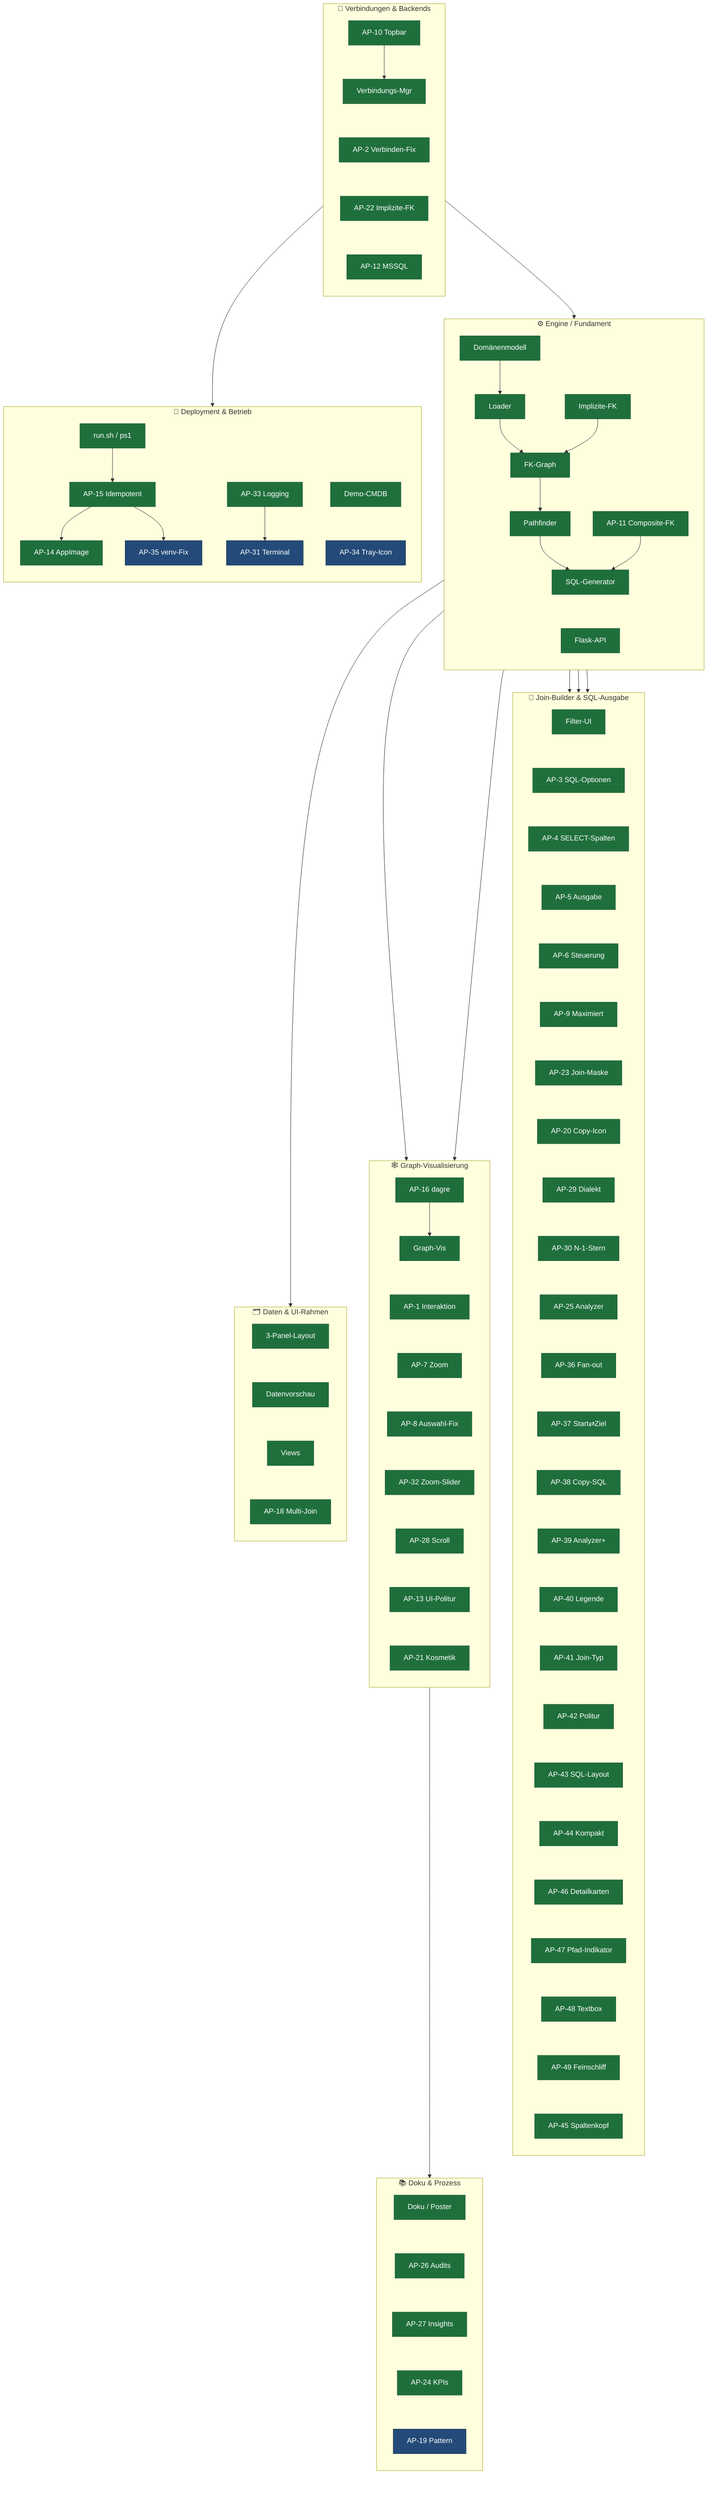
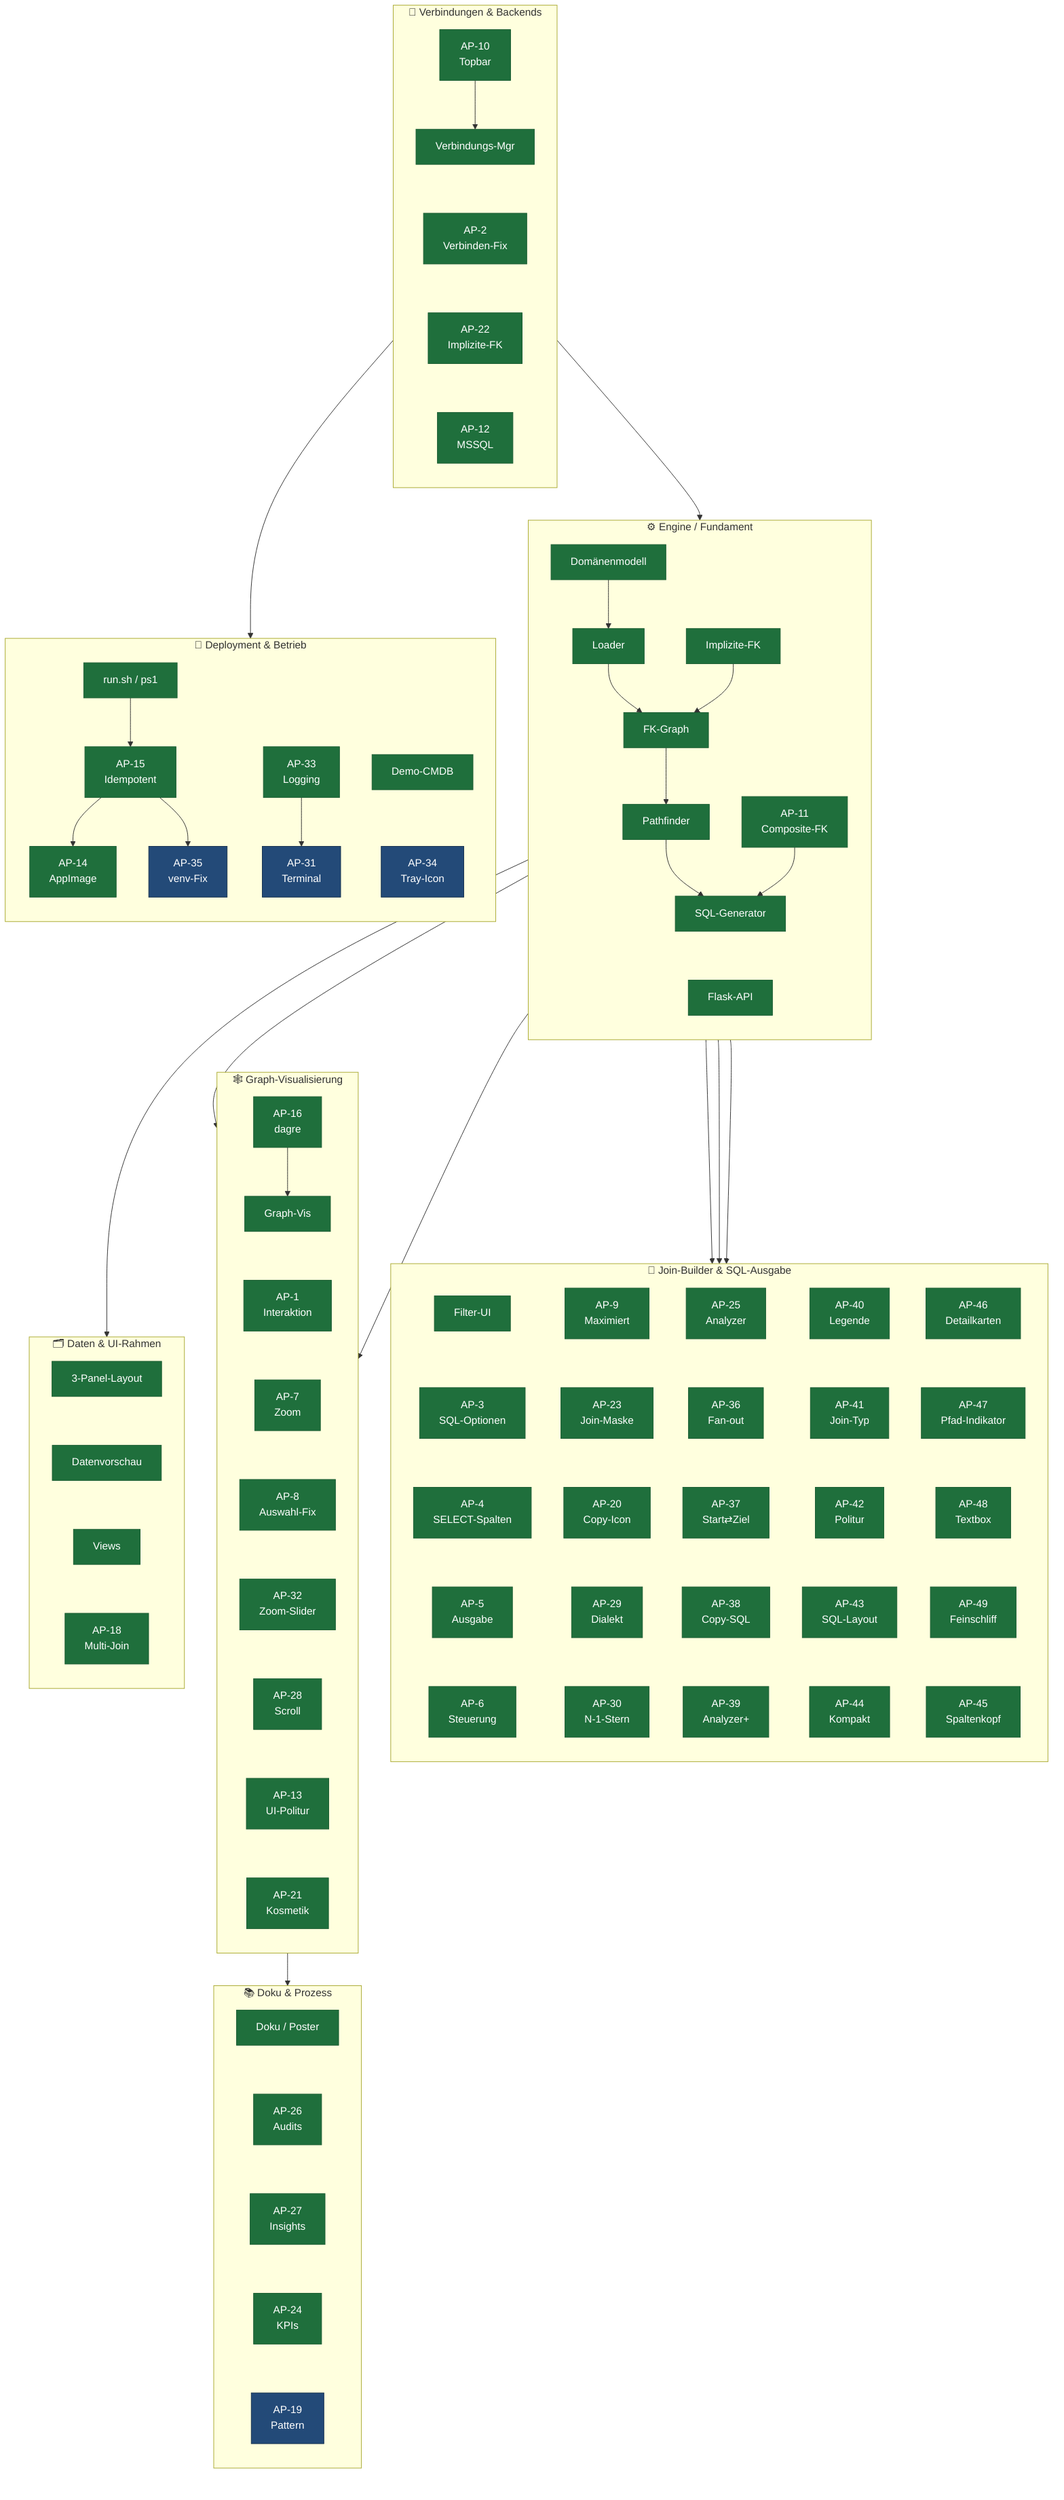
flowchart TB
    classDef done fill:#1f6f3c,color:#fff,stroke:#1a5c32,stroke-width:1px
    classDef plan fill:#234a78,color:#fff,stroke:#16314f,stroke-width:1px

    %% ── C1 · Engine / Fundament ──────────────────────────────────────────
    subgraph C1["⚙️  Engine / Fundament"]
        direction TB
        E1["Domänenmodell"]
        E2["Loader"]
        E3["FK-Graph"]
        E4["Pathfinder"]
        E5["SQL-Generator"]
        E6["Flask-API"]
-         E7["AP-11 Composite-FK"]
+         E7["AP-11\nComposite-FK"]
        E8["Implizite-FK"]
        E1 --> E2 --> E3 --> E4 --> E5
        E7 --> E5
        E8 --> E3
        E5 ~~~ E6
    end

    %% ── C2 · Verbindungen & Backends ─────────────────────────────────────
    subgraph C2["🔌  Verbindungen & Backends"]
        direction TB
        V1["Verbindungs-Mgr"]
-         V2["AP-2 Verbinden-Fix"]
-         V3["AP-10 Topbar"]
-         V4["AP-12 MSSQL"]
-         V5["AP-22 Implizite-FK"]
+         V2["AP-2\nVerbinden-Fix"]
+         V3["AP-10\nTopbar"]
+         V4["AP-12\nMSSQL"]
+         V5["AP-22\nImplizite-FK"]
        V3 --> V1
        V1 ~~~ V2 ~~~ V5 ~~~ V4
    end

    %% ── C3 · Join-Builder & SQL-Ausgabe ──────────────────────────────────
    subgraph C3["🧩  Join-Builder & SQL-Ausgabe"]
        direction TB
        J1["Filter-UI"]
-         J2["AP-3 SQL-Optionen"]
-         J3["AP-4 SELECT-Spalten"]
-         J4["AP-5 Ausgabe"]
-         J5["AP-6 Steuerung"]
-         J6["AP-9 Maximiert"]
-         J7["AP-23 Join-Maske"]
-         J8["AP-20 Copy-Icon"]
-         J9["AP-29 Dialekt"]
-         J10["AP-30 N-1-Stern"]
-         J11["AP-25 Analyzer"]
-         J12["AP-36 Fan-out"]
-         J13["AP-37 Start⇄Ziel"]
-         J14["AP-38 Copy-SQL"]
-         J15["AP-39 Analyzer+"]
-         J16["AP-40 Legende"]
-         J17["AP-41 Join-Typ"]
-         J18["AP-42 Politur"]
-         J19["AP-43 SQL-Layout"]
-         J20["AP-44 Kompakt"]
-         J21["AP-46 Detailkarten"]
-         J22["AP-47 Pfad-Indikator"]
-         J23["AP-48 Textbox"]
-         J24["AP-49 Feinschliff"]
-         J25["AP-45 Spaltenkopf"]
-         J1 ~~~ J2 ~~~ J3 ~~~ J4 ~~~ J5 ~~~ J6 ~~~ J7 ~~~ J8 ~~~ J9 ~~~ J10 ~~~ J11 ~~~ J12 ~~~ J13 ~~~ J14 ~~~ J15 ~~~ J16 ~~~ J17 ~~~ J18 ~~~ J19 ~~~ J20 ~~~ J21 ~~~ J22 ~~~ J23 ~~~ J24 ~~~ J25
+         J2["AP-3\nSQL-Optionen"]
+         J3["AP-4\nSELECT-Spalten"]
+         J4["AP-5\nAusgabe"]
+         J5["AP-6\nSteuerung"]
+         J6["AP-9\nMaximiert"]
+         J7["AP-23\nJoin-Maske"]
+         J8["AP-20\nCopy-Icon"]
+         J9["AP-29\nDialekt"]
+         J10["AP-30\nN-1-Stern"]
+         J11["AP-25\nAnalyzer"]
+         J12["AP-36\nFan-out"]
+         J13["AP-37\nStart⇄Ziel"]
+         J14["AP-38\nCopy-SQL"]
+         J15["AP-39\nAnalyzer+"]
+         J16["AP-40\nLegende"]
+         J17["AP-41\nJoin-Typ"]
+         J18["AP-42\nPolitur"]
+         J19["AP-43\nSQL-Layout"]
+         J20["AP-44\nKompakt"]
+         J21["AP-46\nDetailkarten"]
+         J22["AP-47\nPfad-Indikator"]
+         J23["AP-48\nTextbox"]
+         J24["AP-49\nFeinschliff"]
+         J25["AP-45\nSpaltenkopf"]
+         %% In 5 parallele Spalten gepackt (statt einer 25-Boxen-Säule) → kompaktes Gitter
+         J1 ~~~ J2 ~~~ J3 ~~~ J4 ~~~ J5
+         J6 ~~~ J7 ~~~ J8 ~~~ J9 ~~~ J10
+         J11 ~~~ J12 ~~~ J13 ~~~ J14 ~~~ J15
+         J16 ~~~ J17 ~~~ J18 ~~~ J19 ~~~ J20
+         J21 ~~~ J22 ~~~ J23 ~~~ J24 ~~~ J25
    end

    %% ── C4 · Graph-Visualisierung ────────────────────────────────────────
    subgraph C4["🕸️  Graph-Visualisierung"]
        direction TB
        G1["Graph-Vis"]
-         G2["AP-1 Interaktion"]
-         G3["AP-7 Zoom"]
-         G4["AP-8 Auswahl-Fix"]
-         G5["AP-16 dagre"]
-         G6["AP-32 Zoom-Slider"]
-         G7["AP-28 Scroll"]
-         G8["AP-13 UI-Politur"]
-         G9["AP-21 Kosmetik"]
+         G2["AP-1\nInteraktion"]
+         G3["AP-7\nZoom"]
+         G4["AP-8\nAuswahl-Fix"]
+         G5["AP-16\ndagre"]
+         G6["AP-32\nZoom-Slider"]
+         G7["AP-28\nScroll"]
+         G8["AP-13\nUI-Politur"]
+         G9["AP-21\nKosmetik"]
        G5 --> G1
        G1 ~~~ G2 ~~~ G3 ~~~ G4 ~~~ G6 ~~~ G7 ~~~ G8 ~~~ G9
    end

    %% ── C5 · Daten & UI-Rahmen ───────────────────────────────────────────
    subgraph C5["🗂️  Daten & UI-Rahmen"]
        direction TB
        D1["3-Panel-Layout"]
        D2["Datenvorschau"]
        D3["Views"]
-         D4["AP-18 Multi-Join"]
+         D4["AP-18\nMulti-Join"]
        D1 ~~~ D2 ~~~ D3 ~~~ D4
    end

    %% ── C6 · Deployment & Betrieb ────────────────────────────────────────
    subgraph C6["🚀  Deployment & Betrieb"]
        direction TB
        B1["Demo-CMDB"]
        B2["run.sh / ps1"]
-         B3["AP-15 Idempotent"]
-         B4["AP-14 AppImage"]
-         B5["AP-35 venv-Fix"]
-         B7["AP-31 Terminal"]
-         B8["AP-33 Logging"]
-         B9["AP-34 Tray-Icon"]
+         B3["AP-15\nIdempotent"]
+         B4["AP-14\nAppImage"]
+         B5["AP-35\nvenv-Fix"]
+         B7["AP-31\nTerminal"]
+         B8["AP-33\nLogging"]
+         B9["AP-34\nTray-Icon"]
        B2 --> B3
        B3 --> B4
        B3 --> B5
        B8 --> B7
        B1 ~~~ B9
    end

    %% ── C7 · Doku & Prozess ──────────────────────────────────────────────
    subgraph C7["📚  Doku & Prozess"]
        direction TB
        K1["Doku / Poster"]
-         K2["AP-26 Audits"]
-         K3["AP-27 Insights"]
-         K5["AP-24 KPIs"]
-         K4["AP-19 Pattern"]
+         K2["AP-26\nAudits"]
+         K3["AP-27\nInsights"]
+         K5["AP-24\nKPIs"]
+         K4["AP-19\nPattern"]
        K1 ~~~ K2 ~~~ K3 ~~~ K5 ~~~ K4
    end

    %% ── Cluster-übergreifende Abhängigkeiten ─────────────────────────────
    V1 --> E2
    E5 --> J1
    E5 --> J9
    E5 --> J11
    E4 --> G2
    E3 --> G1
    E6 --> D1
    V4 --> B7
    G5 --> K2

    class E1,E2,E3,E4,E5,E6,E7,E8 done
    class V1,V2,V3,V4,V5 done
    class J1,J2,J3,J4,J5,J6,J7,J8,J9,J10,J11,J12,J13,J14,J15,J16,J17,J18,J19,J20,J21,J22,J23,J24,J25 done
    class G1,G2,G3,G4,G5,G6,G7,G8,G9 done
    class D1,D2,D3,D4 done
    class B1,B2,B3,B4,B8 done
    class B5,B7,B9 plan
    class K1,K2,K3,K5 done
    class K4 plan
